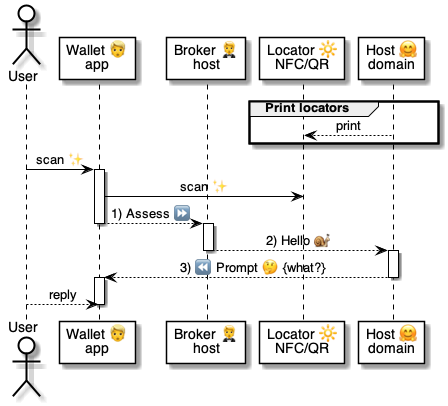
Above: 4 ⚙️ Solution/20 🧑‍🦰 UI/Wallets 🧑‍🦰/🧑‍🦰💬 Wallet chats/...in App 🏠/Tap host locator 🔆🤗 /🧑‍🦰 Tap host locator ⚙️ uml.png in pollyweb-org/pollyweb-docs (PlantUML), before the change. Its source is kept beside it as 4 ⚙️ Solution/20 🧑‍🦰 UI/Wallets 🧑‍🦰/🧑‍🦰💬 Wallet chats/...in App 🏠/Tap host locator 🔆🤗 /🧑‍🦰 Tap host locator ⚙️ uml.puml.
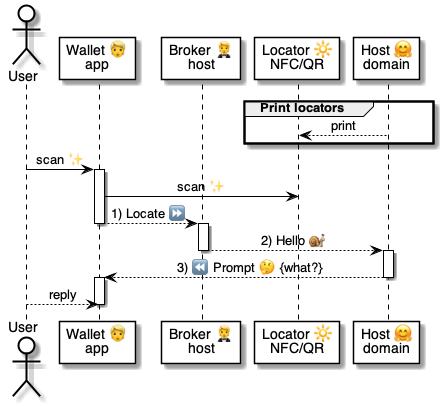
The same file after the commit.

The edit, as a diff of the source:
```diff
@@ -15,7 +15,7 @@
 
 activate wallet
     wallet -> qr: scan ✨
-    wallet --> broker: 1) Assess ⏩
+    wallet --> broker: 1) Locate ⏩
 deactivate wallet
 
 activate broker
```
